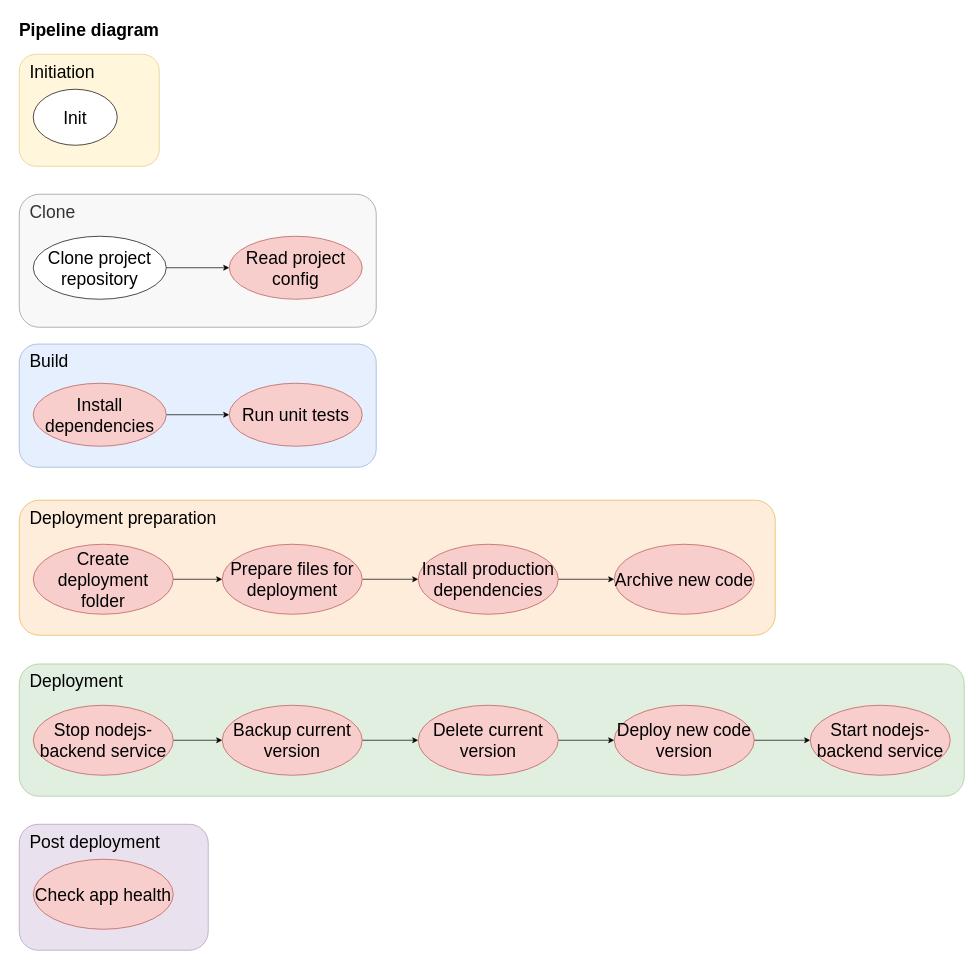
Above: diagrams/pipeline-diagram.drawio in DomnMihai/jenkins-pipeline-tutorial__configuration (draw.io), before the change. Source tidied: cells renumbered, new cells numbered last; positions are measured from the earlier drawing's top-left corner, leaving out a move shared by most shapes. Both pictures are drawn from the tidied source at 70%, with x=0, y=0 at pixel (12, 12).
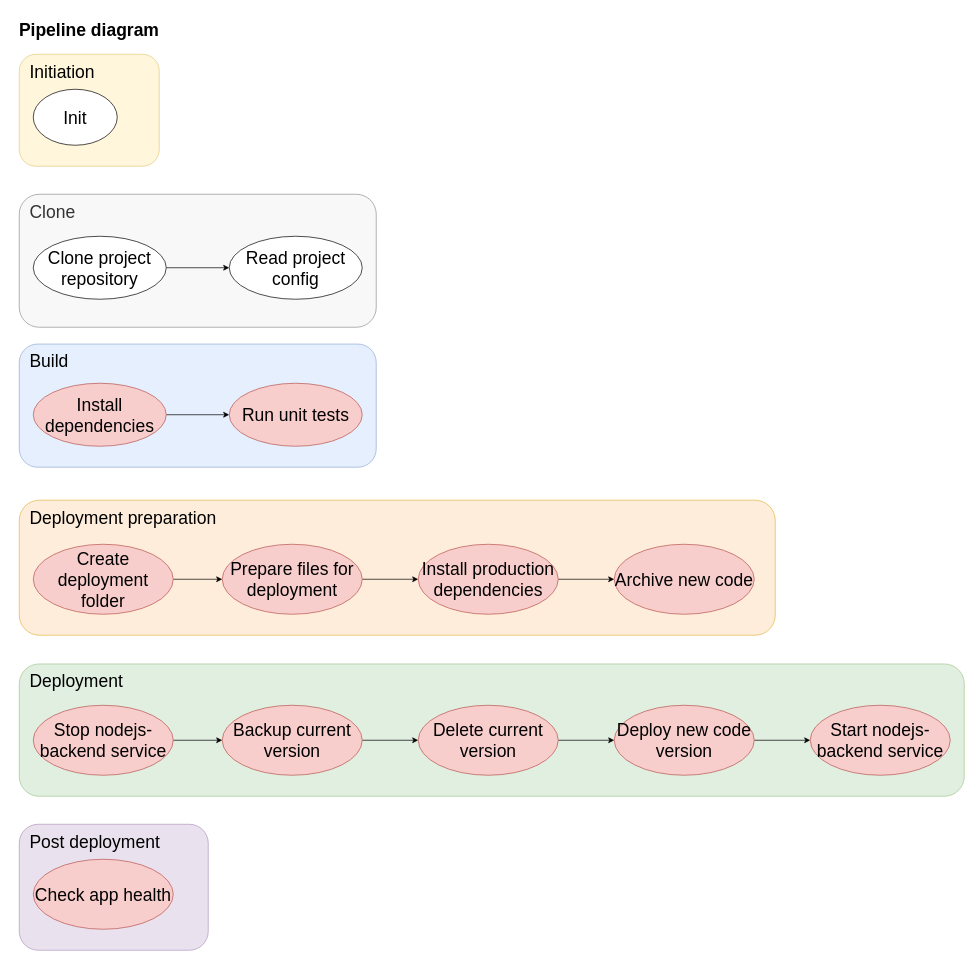
The same page after the edit.

Commit message:
Updated diagram Read project config

Change to the diagram source:
```diff
@@
-    <mxCell id="12" value="Read project config" style="ellipse;whiteSpace=wrap;html=1;fontSize=25;fillColor=#f8cecc;strokeColor=#b85450;" parent="1" vertex="1">
+    <mxCell id="12" value="Read project config" style="ellipse;whiteSpace=wrap;html=1;fontSize=25;" parent="1" vertex="1">
       <mxGeometry x="310" y="320" width="190" height="90" as="geometry" />
     </mxCell>
```
